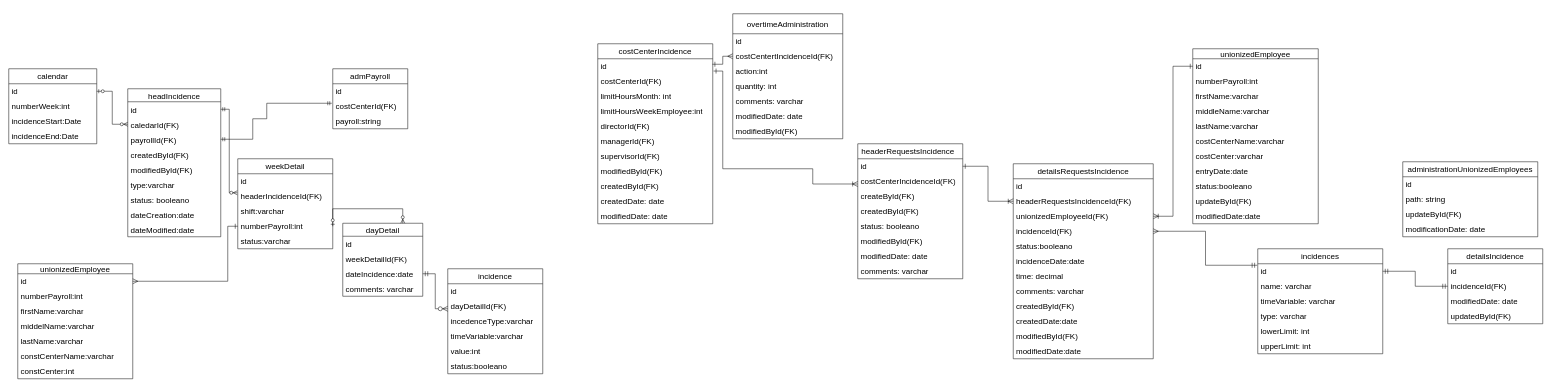
SocorroGC30/prueba3 keeps this draw.io diagram as page "Page-RelationalDiagram" (1 of 2) of Untitled Diagram.drawio. Above is the earlier version. Source tidied: cells renumbered, new cells numbered last; positions are measured from the earlier drawing's top-left corner, leaving out a move shared by most shapes. Both pictures are drawn from the tidied source at 50%, with x=0, y=0 at pixel (8, 14).
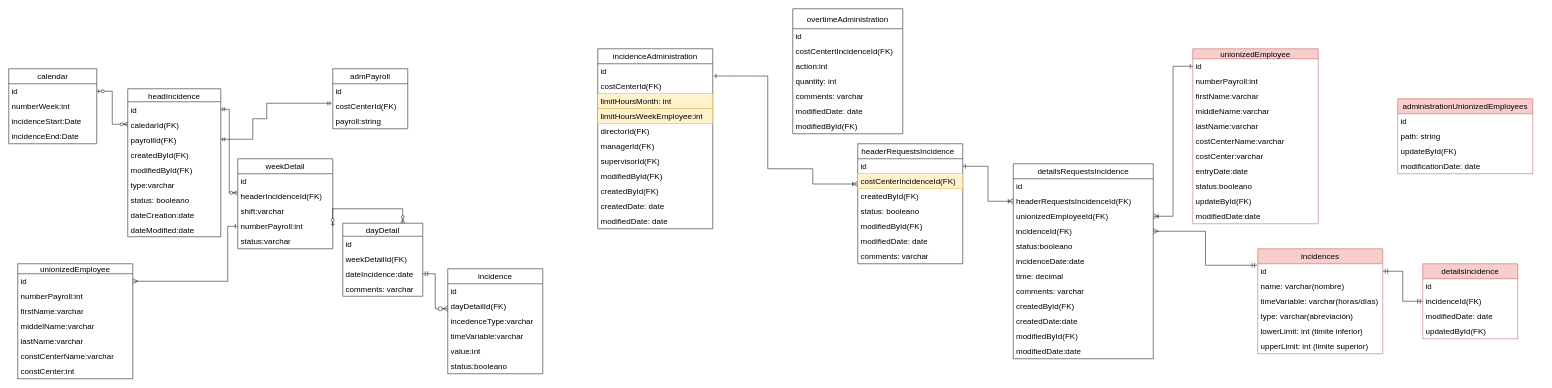
The same diagram, later.

The change refers to these unchanged cells:
```xml
<mxCell id="54" value="id" style="text;strokeColor=none;fillColor=none;align=left;verticalAlign=middle;spacingLeft=4;spacingRight=4;overflow=hidden;points=[[0,0.5],[1,0.5]];portConstraint=eastwest;whiteSpace=wrap;html=1;fontSize=16;rounded=0;" parent="53" vertex="1">
  <mxGeometry y="30" width="230" height="30" as="geometry" />
</mxCell>
<mxCell id="67" value="costCentertIncidenceId(FK)" style="text;strokeColor=none;fillColor=none;align=left;verticalAlign=middle;spacingLeft=4;spacingRight=4;overflow=hidden;points=[[0,0.5],[1,0.5]];portConstraint=eastwest;whiteSpace=wrap;html=1;fontSize=16;rounded=0;" parent="65" vertex="1">
  <mxGeometry y="70" width="220" height="30" as="geometry" />
</mxCell>
```

What changed in the source:
```diff
@@
     <mxCell id="44" value="headerRequestsIncidence&amp;nbsp;&amp;nbsp;" style="swimlane;fontStyle=0;horizontal=1;startSize=30;whiteSpace=wrap;html=1;fontSize=16;rounded=0;" parent="1" vertex="1">
-      <mxGeometry x="1698" y="260" width="210" height="270" as="geometry" />
+      <mxGeometry x="1698" y="260" width="210" height="240" as="geometry" />
     </mxCell>
@@
-    <mxCell id="46" value="costCenterIncidenceId(FK)" style="text;strokeColor=none;fillColor=none;align=left;verticalAlign=middle;spacingLeft=4;spacingRight=4;overflow=hidden;points=[[0,0.5],[1,0.5]];portConstraint=eastwest;whiteSpace=wrap;html=1;fontSize=16;rounded=0;" parent="44" vertex="1">
+    <mxCell id="46" value="costCenterIncidenceId(FK)" style="text;strokeColor=#d6b656;fillColor=#fff2cc;align=left;verticalAlign=middle;spacingLeft=4;spacingRight=4;overflow=hidden;points=[[0,0.5],[1,0.5]];portConstraint=eastwest;whiteSpace=wrap;html=1;fontSize=16;rounded=0;" parent="44" vertex="1">
       <mxGeometry y="60" width="210" height="30" as="geometry" />
     </mxCell>
-    <mxCell id="47" value="createById(FK)" style="text;strokeColor=none;fillColor=none;align=left;verticalAlign=middle;spacingLeft=4;spacingRight=4;overflow=hidden;whiteSpace=wrap;html=1;fontSize=16;rounded=0;" parent="44" vertex="1">
-      <mxGeometry y="90" width="210" height="30" as="geometry" />
-    </mxCell>
     <mxCell id="48" value="createdById(FK)" style="text;strokeColor=none;fillColor=none;align=left;verticalAlign=middle;spacingLeft=4;spacingRight=4;overflow=hidden;whiteSpace=wrap;html=1;fontSize=16;rounded=0;" parent="44" vertex="1">
-      <mxGeometry y="120" width="210" height="30" as="geometry" />
+      <mxGeometry y="90" width="210" height="30" as="geometry" />
     </mxCell>
     <mxCell id="49" value="status: booleano" style="text;strokeColor=none;fillColor=none;align=left;verticalAlign=middle;spacingLeft=4;spacingRight=4;overflow=hidden;whiteSpace=wrap;html=1;fontSize=16;rounded=0;" parent="44" vertex="1">
-      <mxGeometry y="150" width="210" height="30" as="geometry" />
+      <mxGeometry y="120" width="210" height="30" as="geometry" />
     </mxCell>
     <mxCell id="50" value="modifiedById(FK)" style="text;strokeColor=none;fillColor=none;align=left;verticalAlign=middle;spacingLeft=4;spacingRight=4;overflow=hidden;whiteSpace=wrap;html=1;fontSize=16;rounded=0;" parent="44" vertex="1">
-      <mxGeometry y="180" width="210" height="30" as="geometry" />
+      <mxGeometry y="150" width="210" height="30" as="geometry" />
     </mxCell>
     <mxCell id="51" value="modifiedDate: date" style="text;strokeColor=none;fillColor=none;align=left;verticalAlign=middle;spacingLeft=4;spacingRight=4;overflow=hidden;whiteSpace=wrap;html=1;fontSize=16;rounded=0;" parent="44" vertex="1">
-      <mxGeometry y="210" width="210" height="30" as="geometry" />
+      <mxGeometry y="180" width="210" height="30" as="geometry" />
     </mxCell>
     <mxCell id="52" value="comments: varchar" style="text;strokeColor=none;fillColor=none;align=left;verticalAlign=middle;spacingLeft=4;spacingRight=4;overflow=hidden;whiteSpace=wrap;html=1;fontSize=16;rounded=0;" parent="44" vertex="1">
-      <mxGeometry y="240" width="210" height="30" as="geometry" />
+      <mxGeometry y="210" width="210" height="30" as="geometry" />
     </mxCell>
-    <mxCell id="53" value="costCenterIncidence" style="swimlane;fontStyle=0;horizontal=1;startSize=30;whiteSpace=wrap;html=1;fontSize=16;rounded=0;" parent="1" vertex="1">
-      <mxGeometry x="1178" y="60" width="230" height="360" as="geometry" />
+    <mxCell id="53" value="incidenceAdministration" style="swimlane;fontStyle=0;horizontal=1;startSize=30;whiteSpace=wrap;html=1;fontSize=16;rounded=0;" parent="1" vertex="1">
+      <mxGeometry x="1178" y="70" width="230" height="360" as="geometry" />
     </mxCell>
@@
-    <mxCell id="56" value="limitHoursMonth: int" style="text;strokeColor=none;fillColor=none;align=left;verticalAlign=middle;spacingLeft=4;spacingRight=4;overflow=hidden;whiteSpace=wrap;html=1;fontSize=16;rounded=0;" parent="53" vertex="1">
+    <mxCell id="56" value="limitHoursMonth: int" style="text;strokeColor=#d6b656;fillColor=#fff2cc;align=left;verticalAlign=middle;spacingLeft=4;spacingRight=4;overflow=hidden;whiteSpace=wrap;html=1;fontSize=16;rounded=0;" parent="53" vertex="1">
       <mxGeometry y="90" width="230" height="30" as="geometry" />
     </mxCell>
-    <mxCell id="57" value="limitHoursWeekEmployee:int" style="text;strokeColor=none;fillColor=none;align=left;verticalAlign=middle;spacingLeft=4;spacingRight=4;overflow=hidden;whiteSpace=wrap;html=1;fontSize=16;rounded=0;" parent="53" vertex="1">
+    <mxCell id="57" value="limitHoursWeekEmployee:int" style="text;strokeColor=#d6b656;fillColor=#fff2cc;align=left;verticalAlign=middle;spacingLeft=4;spacingRight=4;overflow=hidden;whiteSpace=wrap;html=1;fontSize=16;rounded=0;" parent="53" vertex="1">
       <mxGeometry y="120" width="230" height="30" as="geometry" />
     </mxCell>
@@
     <mxCell id="65" value="overtimeAdministration" style="swimlane;fontStyle=0;horizontal=1;startSize=40;whiteSpace=wrap;html=1;fontSize=16;rounded=0;" parent="1" vertex="1">
-      <mxGeometry x="1448" width="220" height="250" as="geometry" />
+      <mxGeometry x="1568" y="-10" width="220" height="250" as="geometry" />
     </mxCell>
@@
-    <mxCell id="73" style="edgeStyle=orthogonalEdgeStyle;fontSize=12;html=1;endArrow=ERmany;startArrow=ERone;rounded=0;strokeColor=default;startSize=8;endSize=8;exitX=0.997;exitY=0.367;exitDx=0;exitDy=0;exitPerimeter=0;startFill=0;endFill=0;" parent="1" edge="1" source="54" target="67">
-      <mxGeometry relative="1" as="geometry" />
-    </mxCell>
     <mxCell id="74" style="edgeStyle=orthogonalEdgeStyle;fontSize=12;html=1;endArrow=ERoneToMany;startArrow=ERone;rounded=0;strokeColor=default;startSize=8;endSize=8;startFill=0;entryX=-0.001;entryY=0.683;entryDx=0;entryDy=0;entryPerimeter=0;exitX=1.007;exitY=0.819;exitDx=0;exitDy=0;exitPerimeter=0;" parent="1" edge="1" source="54" target="46">
       <mxGeometry relative="1" as="geometry">
         <Array as="points">
-          <mxPoint x="1428" y="115" />
-          <mxPoint x="1428" y="310" />
+          <mxPoint x="1518" y="125" />
+          <mxPoint x="1518" y="310" />
           <mxPoint x="1608" y="310" />
-          <mxPoint x="1608" y="340" />
+          <mxPoint x="1608" y="341" />
         </Array>
       </mxGeometry>
     </mxCell>
@@
-    <mxCell id="88" value="unionizedEmployee" style="swimlane;fontStyle=0;horizontal=1;startSize=20;whiteSpace=wrap;html=1;rounded=0;arcSize=17;fontSize=16;" parent="1" vertex="1">
+    <mxCell id="88" value="unionizedEmployee" style="swimlane;fontStyle=0;horizontal=1;startSize=20;whiteSpace=wrap;html=1;rounded=0;arcSize=17;fontSize=16;fillColor=#f8cecc;strokeColor=#b85450;" parent="1" vertex="1">
       <mxGeometry x="2368" y="70" width="251" height="350" as="geometry" />
     </mxCell>
@@
-    <mxCell id="112" value="administrationUnionizedEmployees" style="swimlane;fontStyle=0;horizontal=1;startSize=30;whiteSpace=wrap;html=1;fontSize=16;rounded=0;" parent="1" vertex="1">
-      <mxGeometry x="2788" y="296" width="270" height="150" as="geometry" />
+    <mxCell id="112" value="administrationUnionizedEmployees" style="swimlane;fontStyle=0;horizontal=1;startSize=30;whiteSpace=wrap;html=1;fontSize=16;rounded=0;fillColor=#f8cecc;strokeColor=#b85450;" parent="1" vertex="1">
+      <mxGeometry x="2778" y="170" width="270" height="150" as="geometry" />
     </mxCell>
@@
-    <mxCell id="117" value="detailsIncidence" style="swimlane;fontStyle=0;horizontal=1;startSize=30;whiteSpace=wrap;html=1;fontSize=16;rounded=0;" parent="1" vertex="1">
-      <mxGeometry x="2878" y="470" width="190" height="150" as="geometry" />
+    <mxCell id="117" value="detailsIncidence" style="swimlane;fontStyle=0;horizontal=1;startSize=30;whiteSpace=wrap;html=1;fontSize=16;rounded=0;fillColor=#f8cecc;strokeColor=#b85450;" parent="1" vertex="1">
+      <mxGeometry x="2828" y="500" width="190" height="150" as="geometry" />
     </mxCell>
@@
-    <mxCell id="122" value="incidences" style="swimlane;fontStyle=0;horizontal=1;startSize=30;whiteSpace=wrap;html=1;fontSize=16;rounded=0;" parent="1" vertex="1">
+    <mxCell id="122" value="incidences" style="swimlane;fontStyle=0;horizontal=1;startSize=30;whiteSpace=wrap;html=1;fontSize=16;rounded=0;fillColor=#f8cecc;strokeColor=#b85450;" parent="1" vertex="1">
       <mxGeometry x="2498" y="470" width="250" height="210" as="geometry" />
     </mxCell>
@@
-    <mxCell id="124" value="name: varchar" style="text;strokeColor=none;fillColor=none;align=left;verticalAlign=middle;spacingLeft=4;spacingRight=4;overflow=hidden;whiteSpace=wrap;html=1;fontSize=16;rounded=0;" parent="122" vertex="1">
+    <mxCell id="124" value="name: varchar(nombre)" style="text;strokeColor=none;fillColor=none;align=left;verticalAlign=middle;spacingLeft=4;spacingRight=4;overflow=hidden;whiteSpace=wrap;html=1;fontSize=16;rounded=0;" parent="122" vertex="1">
       <mxGeometry y="60" width="250" height="30" as="geometry" />
     </mxCell>
-    <mxCell id="125" value="timeVariable: varchar" style="text;strokeColor=none;fillColor=none;align=left;verticalAlign=middle;spacingLeft=4;spacingRight=4;overflow=hidden;whiteSpace=wrap;html=1;fontSize=16;rounded=0;" parent="122" vertex="1">
+    <mxCell id="125" value="timeVariable: varchar(horas/días)" style="text;strokeColor=none;fillColor=none;align=left;verticalAlign=middle;spacingLeft=4;spacingRight=4;overflow=hidden;whiteSpace=wrap;html=1;fontSize=16;rounded=0;" parent="122" vertex="1">
       <mxGeometry y="90" width="250" height="30" as="geometry" />
     </mxCell>
-    <mxCell id="126" value="type: varchar" style="text;strokeColor=none;fillColor=none;align=left;verticalAlign=middle;spacingLeft=4;spacingRight=4;overflow=hidden;whiteSpace=wrap;html=1;fontSize=16;rounded=0;" parent="122" vertex="1">
+    <mxCell id="126" value="type: varchar(abreviación)" style="text;strokeColor=none;fillColor=none;align=left;verticalAlign=middle;spacingLeft=4;spacingRight=4;overflow=hidden;whiteSpace=wrap;html=1;fontSize=16;rounded=0;" parent="122" vertex="1">
       <mxGeometry y="120" width="250" height="30" as="geometry" />
     </mxCell>
-    <mxCell id="127" value="lowerLimit: int" style="text;strokeColor=none;fillColor=none;align=left;verticalAlign=middle;spacingLeft=4;spacingRight=4;overflow=hidden;whiteSpace=wrap;html=1;fontSize=16;rounded=0;" parent="122" vertex="1">
+    <mxCell id="127" value="lowerLimit: int (timite inferior)" style="text;strokeColor=none;fillColor=none;align=left;verticalAlign=middle;spacingLeft=4;spacingRight=4;overflow=hidden;whiteSpace=wrap;html=1;fontSize=16;rounded=0;" parent="122" vertex="1">
       <mxGeometry y="150" width="250" height="30" as="geometry" />
     </mxCell>
-    <mxCell id="128" value="upperLimit: int" style="text;strokeColor=none;fillColor=none;align=left;verticalAlign=middle;spacingLeft=4;spacingRight=4;overflow=hidden;whiteSpace=wrap;html=1;fontSize=16;rounded=0;" parent="122" vertex="1">
+    <mxCell id="128" value="upperLimit: int (limite superior)" style="text;strokeColor=none;fillColor=none;align=left;verticalAlign=middle;spacingLeft=4;spacingRight=4;overflow=hidden;whiteSpace=wrap;html=1;fontSize=16;rounded=0;" parent="122" vertex="1">
       <mxGeometry y="180" width="250" height="30" as="geometry" />
     </mxCell>
```
